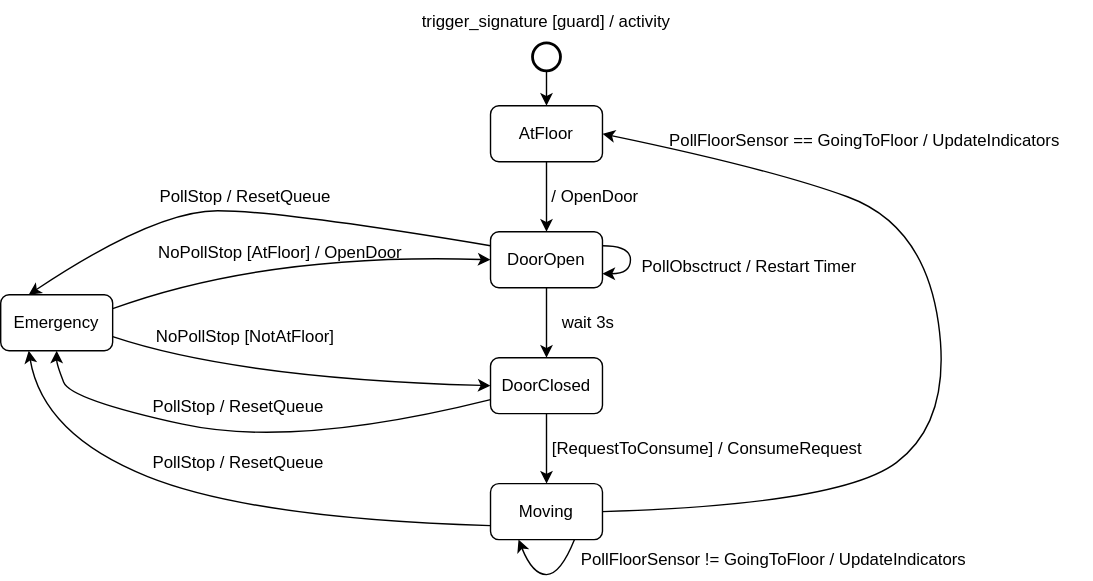
The draw.io diagram state-diagram.drawio.svg in EdvardSire/TTK4235-elevator, before a commit. Source tidied: cells renumbered, new cells last; positions are measured from the earlier drawing's top-left corner, leaving out a move shared by most shapes. Its diagram source:
```xml
<mxGraphModel>
  <root>
    <mxCell id="0" />
    <mxCell id="1" parent="0" />
    <mxCell id="2" value="AtFloor" style="rounded=1;whiteSpace=wrap;html=1;" parent="1" vertex="1">
      <mxGeometry x="350" y="75" width="80" height="40" as="geometry" />
    </mxCell>
    <mxCell id="3" value="&lt;div&gt;DoorOpen&lt;/div&gt;" style="rounded=1;whiteSpace=wrap;html=1;" parent="1" vertex="1">
      <mxGeometry x="350" y="165" width="80" height="40" as="geometry" />
    </mxCell>
    <mxCell id="4" value="&lt;div&gt;DoorClosed&lt;/div&gt;" style="rounded=1;whiteSpace=wrap;html=1;" parent="1" vertex="1">
      <mxGeometry x="350" y="255" width="80" height="40" as="geometry" />
    </mxCell>
    <mxCell id="5" value="&lt;div&gt;Moving&lt;/div&gt;" style="rounded=1;whiteSpace=wrap;html=1;" parent="1" vertex="1">
      <mxGeometry x="350" y="345" width="80" height="40" as="geometry" />
    </mxCell>
    <mxCell id="6" value="&lt;div&gt;Emergency&lt;/div&gt;" style="rounded=1;whiteSpace=wrap;html=1;" parent="1" vertex="1">
      <mxGeometry y="210" width="80" height="40" as="geometry" />
    </mxCell>
    <mxCell id="7" style="endArrow=classic;html=1;rounded=0;exitX=0.5;exitY=1;exitDx=0;exitDy=0;entryX=0.5;entryY=0;entryDx=0;entryDy=0;" parent="1" edge="1" source="2" target="3">
      <mxGeometry relative="1" as="geometry" />
    </mxCell>
    <mxCell id="8" value="/ OpenDoor" style="text;html=1;align=center;verticalAlign=middle;whiteSpace=wrap;rounded=0;" parent="1" vertex="1">
      <mxGeometry x="320" y="125" width="210" height="30" as="geometry" />
    </mxCell>
    <mxCell id="9" value="trigger_signature [guard] / activity" style="text;html=1;align=center;verticalAlign=middle;whiteSpace=wrap;rounded=0;" parent="1" vertex="1">
      <mxGeometry x="285" width="210" height="30" as="geometry" />
    </mxCell>
    <mxCell id="10" style="curved=1;endArrow=classic;html=1;rounded=0;exitX=1;exitY=0.25;exitDx=0;exitDy=0;entryX=1;entryY=0.75;entryDx=0;entryDy=0;" parent="1" edge="1" source="3" target="3">
      <mxGeometry relative="1" as="geometry">
        <Array as="points">
          <mxPoint x="450" y="175" />
          <mxPoint x="450" y="195" />
        </Array>
      </mxGeometry>
    </mxCell>
    <mxCell id="11" value="PollObsctruct / Restart Timer" style="text;html=1;align=center;verticalAlign=middle;whiteSpace=wrap;rounded=0;" parent="1" vertex="1">
      <mxGeometry x="455" y="175" width="160" height="30" as="geometry" />
    </mxCell>
    <mxCell id="12" style="endArrow=classic;html=1;rounded=0;exitX=0.5;exitY=1;exitDx=0;exitDy=0;" parent="1" edge="1" source="3" target="4">
      <mxGeometry relative="1" as="geometry" />
    </mxCell>
    <mxCell id="13" value="&lt;div&gt;wait 3s&lt;/div&gt;" style="text;html=1;align=center;verticalAlign=middle;whiteSpace=wrap;rounded=0;" parent="1" vertex="1">
      <mxGeometry x="400" y="215" width="40" height="30" as="geometry" />
    </mxCell>
    <mxCell id="14" style="endArrow=classic;html=1;rounded=0;exitX=0.5;exitY=1;exitDx=0;exitDy=0;entryX=0.5;entryY=0;entryDx=0;entryDy=0;" parent="1" edge="1" source="4" target="5">
      <mxGeometry relative="1" as="geometry" />
    </mxCell>
    <mxCell id="15" value="[RequestToConsume] / ConsumeRequest" style="text;html=1;align=center;verticalAlign=middle;whiteSpace=wrap;rounded=0;" parent="1" vertex="1">
      <mxGeometry x="350" y="305" width="310" height="30" as="geometry" />
    </mxCell>
    <mxCell id="16" style="curved=1;endArrow=classic;html=1;rounded=0;exitX=0;exitY=0.75;exitDx=0;exitDy=0;entryX=0.25;entryY=1;entryDx=0;entryDy=0;" parent="1" edge="1" source="5" target="6">
      <mxGeometry relative="1" as="geometry">
        <Array as="points">
          <mxPoint x="180" y="370" />
          <mxPoint x="30" y="310" />
        </Array>
      </mxGeometry>
    </mxCell>
    <mxCell id="17" style="curved=1;endArrow=classic;html=1;rounded=0;exitX=0;exitY=0.25;exitDx=0;exitDy=0;entryX=0.25;entryY=0;entryDx=0;entryDy=0;" parent="1" edge="1" source="3" target="6">
      <mxGeometry relative="1" as="geometry">
        <Array as="points">
          <mxPoint x="200" y="150" />
          <mxPoint x="110" y="150" />
        </Array>
      </mxGeometry>
    </mxCell>
    <mxCell id="18" style="curved=1;endArrow=classic;html=1;rounded=0;entryX=0.5;entryY=1;entryDx=0;entryDy=0;exitX=0;exitY=0.75;exitDx=0;exitDy=0;" parent="1" edge="1" source="4" target="6">
      <mxGeometry relative="1" as="geometry">
        <Array as="points">
          <mxPoint x="210" y="320" />
          <mxPoint x="50" y="285" />
          <mxPoint x="40" y="260" />
        </Array>
      </mxGeometry>
    </mxCell>
    <mxCell id="19" style="curved=1;endArrow=classic;html=1;rounded=0;exitX=0.75;exitY=1;exitDx=0;exitDy=0;entryX=0.25;entryY=1;entryDx=0;entryDy=0;" parent="1" edge="1" source="5" target="5">
      <mxGeometry relative="1" as="geometry">
        <Array as="points">
          <mxPoint x="400" y="410" />
          <mxPoint x="380" y="410" />
        </Array>
      </mxGeometry>
    </mxCell>
    <mxCell id="20" value="PollFloorSensor != GoingToFloor / UpdateIndicators" style="text;html=1;align=center;verticalAlign=middle;whiteSpace=wrap;rounded=0;" parent="1" vertex="1">
      <mxGeometry x="410" y="385" width="285" height="30" as="geometry" />
    </mxCell>
    <mxCell id="21" style="curved=1;endArrow=classic;html=1;rounded=0;exitX=1;exitY=0.5;exitDx=0;exitDy=0;entryX=1;entryY=0.5;entryDx=0;entryDy=0;" parent="1" edge="1" source="5" target="2">
      <mxGeometry relative="1" as="geometry">
        <Array as="points">
          <mxPoint x="600" y="360" />
          <mxPoint x="680" y="300" />
          <mxPoint x="660" y="160" />
          <mxPoint x="550" y="120" />
        </Array>
      </mxGeometry>
    </mxCell>
    <mxCell id="22" value="&lt;div&gt;PollFloorSensor == GoingToFloor / UpdateIndicators&lt;/div&gt;" style="text;html=1;align=center;verticalAlign=middle;whiteSpace=wrap;rounded=0;" parent="1" vertex="1">
      <mxGeometry x="455" y="85" width="325" height="30" as="geometry" />
    </mxCell>
    <mxCell id="23" value="NoPollStop [AtFloor] / OpenDoor" style="text;html=1;align=center;verticalAlign=middle;whiteSpace=wrap;rounded=0;" parent="1" vertex="1">
      <mxGeometry x="110" y="165" width="180" height="30" as="geometry" />
    </mxCell>
    <mxCell id="24" style="strokeWidth=2;html=1;shape=mxgraph.flowchart.start_2;whiteSpace=wrap;" parent="1" vertex="1">
      <mxGeometry x="380" y="30" width="20" height="20" as="geometry" />
    </mxCell>
    <mxCell id="25" style="endArrow=classic;html=1;rounded=0;exitX=0.5;exitY=1;exitDx=0;exitDy=0;exitPerimeter=0;entryX=0.5;entryY=0;entryDx=0;entryDy=0;" parent="1" edge="1" source="24" target="2">
      <mxGeometry relative="1" as="geometry" />
    </mxCell>
    <mxCell id="26" style="curved=1;endArrow=classic;html=1;rounded=0;entryX=0;entryY=0.5;entryDx=0;entryDy=0;exitX=1;exitY=0.25;exitDx=0;exitDy=0;" parent="1" edge="1" source="6" target="3">
      <mxGeometry relative="1" as="geometry">
        <Array as="points">
          <mxPoint x="190" y="180" />
        </Array>
      </mxGeometry>
    </mxCell>
    <mxCell id="27" style="curved=1;endArrow=classic;html=1;rounded=0;entryX=0;entryY=0.5;entryDx=0;entryDy=0;exitX=1;exitY=0.75;exitDx=0;exitDy=0;" parent="1" edge="1" source="6" target="4">
      <mxGeometry relative="1" as="geometry">
        <Array as="points">
          <mxPoint x="170" y="270" />
        </Array>
      </mxGeometry>
    </mxCell>
    <mxCell id="28" value="NoPollStop [NotAtFloor]" style="text;html=1;align=center;verticalAlign=middle;whiteSpace=wrap;rounded=0;" parent="1" vertex="1">
      <mxGeometry x="110" y="225" width="130" height="30" as="geometry" />
    </mxCell>
    <mxCell id="29" value="PollStop / ResetQueue" style="text;html=1;align=center;verticalAlign=middle;whiteSpace=wrap;rounded=0;" parent="1" vertex="1">
      <mxGeometry x="80" y="275" width="180" height="30" as="geometry" />
    </mxCell>
    <mxCell id="30" value="PollStop / ResetQueue" style="text;html=1;align=center;verticalAlign=middle;whiteSpace=wrap;rounded=0;" parent="1" vertex="1">
      <mxGeometry x="80" y="315" width="180" height="30" as="geometry" />
    </mxCell>
    <mxCell id="31" value="PollStop / ResetQueue" style="text;html=1;align=center;verticalAlign=middle;whiteSpace=wrap;rounded=0;" parent="1" vertex="1">
      <mxGeometry x="85" y="125" width="180" height="30" as="geometry" />
    </mxCell>
  </root>
</mxGraphModel>
```
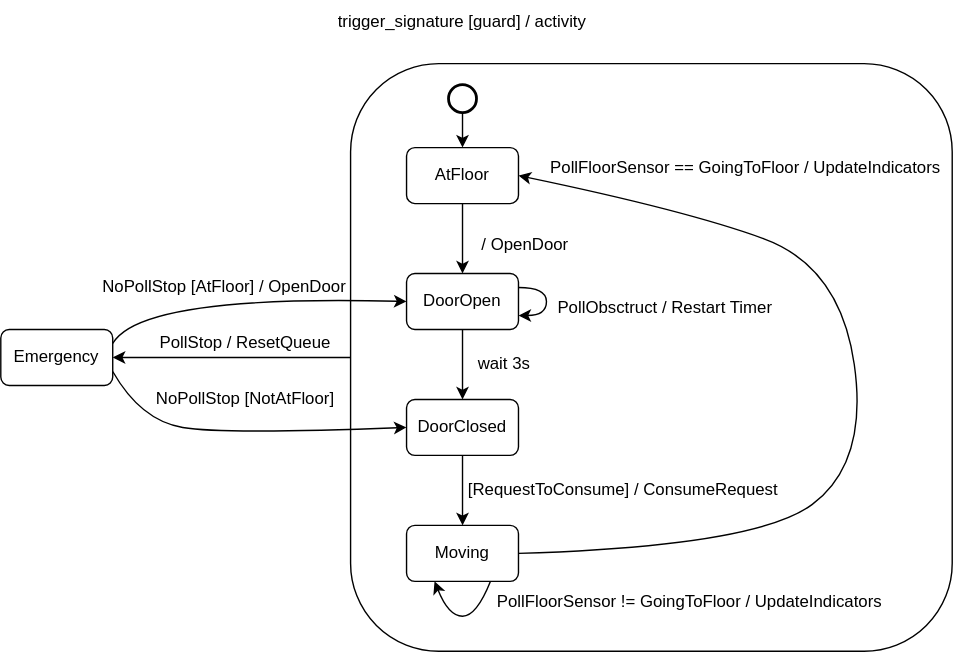
The same diagram one commit later.

Change to the diagram source:
```diff
@@ -2,7 +2,10 @@
   <root>
     <mxCell id="0" />
     <mxCell id="1" parent="0" />
+    <mxCell id="32" style="rounded=1;whiteSpace=wrap;html=1;fillColor=none;" parent="1" vertex="1">
+      <mxGeometry x="310" y="15" width="430" height="420" as="geometry" />
+    </mxCell>
-    <mxCell id="2" value="AtFloor" style="rounded=1;whiteSpace=wrap;html=1;" parent="1" vertex="1">
+    <mxCell id="2" value="AtFloor" style="rounded=1;whiteSpace=wrap;html=1;glass=0;comic=0;" parent="1" vertex="1">
       <mxGeometry x="350" y="75" width="80" height="40" as="geometry" />
     </mxCell>
     <mxCell id="3" value="&lt;div&gt;DoorOpen&lt;/div&gt;" style="rounded=1;whiteSpace=wrap;html=1;" parent="1" vertex="1">
@@ -15,16 +18,16 @@
       <mxGeometry x="350" y="345" width="80" height="40" as="geometry" />
     </mxCell>
     <mxCell id="6" value="&lt;div&gt;Emergency&lt;/div&gt;" style="rounded=1;whiteSpace=wrap;html=1;" parent="1" vertex="1">
-      <mxGeometry y="210" width="80" height="40" as="geometry" />
+      <mxGeometry x="60" y="205" width="80" height="40" as="geometry" />
     </mxCell>
     <mxCell id="7" style="endArrow=classic;html=1;rounded=0;exitX=0.5;exitY=1;exitDx=0;exitDy=0;entryX=0.5;entryY=0;entryDx=0;entryDy=0;" parent="1" edge="1" source="2" target="3">
       <mxGeometry relative="1" as="geometry" />
     </mxCell>
     <mxCell id="8" value="/ OpenDoor" style="text;html=1;align=center;verticalAlign=middle;whiteSpace=wrap;rounded=0;" parent="1" vertex="1">
-      <mxGeometry x="320" y="125" width="210" height="30" as="geometry" />
+      <mxGeometry x="330" y="130" width="210" height="30" as="geometry" />
     </mxCell>
     <mxCell id="9" value="trigger_signature [guard] / activity" style="text;html=1;align=center;verticalAlign=middle;whiteSpace=wrap;rounded=0;" parent="1" vertex="1">
-      <mxGeometry x="285" width="210" height="30" as="geometry" />
+      <mxGeometry x="285" y="-30" width="210" height="30" as="geometry" />
     </mxCell>
     <mxCell id="10" style="curved=1;endArrow=classic;html=1;rounded=0;exitX=1;exitY=0.25;exitDx=0;exitDy=0;entryX=1;entryY=0.75;entryDx=0;entryDy=0;" parent="1" edge="1" source="3" target="3">
       <mxGeometry relative="1" as="geometry">
@@ -49,31 +52,6 @@
     <mxCell id="15" value="[RequestToConsume] / ConsumeRequest" style="text;html=1;align=center;verticalAlign=middle;whiteSpace=wrap;rounded=0;" parent="1" vertex="1">
       <mxGeometry x="350" y="305" width="310" height="30" as="geometry" />
     </mxCell>
-    <mxCell id="16" style="curved=1;endArrow=classic;html=1;rounded=0;exitX=0;exitY=0.75;exitDx=0;exitDy=0;entryX=0.25;entryY=1;entryDx=0;entryDy=0;" parent="1" edge="1" source="5" target="6">
-      <mxGeometry relative="1" as="geometry">
-        <Array as="points">
-          <mxPoint x="180" y="370" />
-          <mxPoint x="30" y="310" />
-        </Array>
-      </mxGeometry>
-    </mxCell>
-    <mxCell id="17" style="curved=1;endArrow=classic;html=1;rounded=0;exitX=0;exitY=0.25;exitDx=0;exitDy=0;entryX=0.25;entryY=0;entryDx=0;entryDy=0;" parent="1" edge="1" source="3" target="6">
-      <mxGeometry relative="1" as="geometry">
-        <Array as="points">
-          <mxPoint x="200" y="150" />
-          <mxPoint x="110" y="150" />
-        </Array>
-      </mxGeometry>
-    </mxCell>
-    <mxCell id="18" style="curved=1;endArrow=classic;html=1;rounded=0;entryX=0.5;entryY=1;entryDx=0;entryDy=0;exitX=0;exitY=0.75;exitDx=0;exitDy=0;" parent="1" edge="1" source="4" target="6">
-      <mxGeometry relative="1" as="geometry">
-        <Array as="points">
-          <mxPoint x="210" y="320" />
-          <mxPoint x="50" y="285" />
-          <mxPoint x="40" y="260" />
-        </Array>
-      </mxGeometry>
-    </mxCell>
     <mxCell id="19" style="curved=1;endArrow=classic;html=1;rounded=0;exitX=0.75;exitY=1;exitDx=0;exitDy=0;entryX=0.25;entryY=1;entryDx=0;entryDy=0;" parent="1" edge="1" source="5" target="5">
       <mxGeometry relative="1" as="geometry">
         <Array as="points">
@@ -96,10 +74,10 @@
       </mxGeometry>
     </mxCell>
     <mxCell id="22" value="&lt;div&gt;PollFloorSensor == GoingToFloor / UpdateIndicators&lt;/div&gt;" style="text;html=1;align=center;verticalAlign=middle;whiteSpace=wrap;rounded=0;" parent="1" vertex="1">
-      <mxGeometry x="455" y="85" width="325" height="30" as="geometry" />
+      <mxGeometry x="430" y="75" width="325" height="30" as="geometry" />
     </mxCell>
     <mxCell id="23" value="NoPollStop [AtFloor] / OpenDoor" style="text;html=1;align=center;verticalAlign=middle;whiteSpace=wrap;rounded=0;" parent="1" vertex="1">
-      <mxGeometry x="110" y="165" width="180" height="30" as="geometry" />
+      <mxGeometry x="130" y="160" width="180" height="30" as="geometry" />
     </mxCell>
     <mxCell id="24" style="strokeWidth=2;html=1;shape=mxgraph.flowchart.start_2;whiteSpace=wrap;" parent="1" vertex="1">
       <mxGeometry x="380" y="30" width="20" height="20" as="geometry" />
@@ -107,31 +85,29 @@
     <mxCell id="25" style="endArrow=classic;html=1;rounded=0;exitX=0.5;exitY=1;exitDx=0;exitDy=0;exitPerimeter=0;entryX=0.5;entryY=0;entryDx=0;entryDy=0;" parent="1" edge="1" source="24" target="2">
       <mxGeometry relative="1" as="geometry" />
     </mxCell>
+    <mxCell id="28" value="NoPollStop [NotAtFloor]" style="text;html=1;align=center;verticalAlign=middle;whiteSpace=wrap;rounded=0;" parent="1" vertex="1">
+      <mxGeometry x="170" y="240" width="130" height="30" as="geometry" />
+    </mxCell>
+    <mxCell id="31" value="PollStop / ResetQueue" style="text;html=1;align=center;verticalAlign=middle;whiteSpace=wrap;rounded=0;" parent="1" vertex="1">
+      <mxGeometry x="145" y="200" width="180" height="30" as="geometry" />
+    </mxCell>
+    <mxCell id="33" style="curved=1;endArrow=classic;html=1;rounded=0;exitX=0;exitY=0.5;exitDx=0;exitDy=0;entryX=1;entryY=0.5;entryDx=0;entryDy=0;" parent="1" edge="1" source="32" target="6">
+      <mxGeometry relative="1" as="geometry" />
+    </mxCell>
-    <mxCell id="26" style="curved=1;endArrow=classic;html=1;rounded=0;entryX=0;entryY=0.5;entryDx=0;entryDy=0;exitX=1;exitY=0.25;exitDx=0;exitDy=0;" parent="1" edge="1" source="6" target="3">
+    <mxCell id="26" style="curved=1;endArrow=classic;html=1;rounded=0;exitX=1;exitY=0.25;exitDx=0;exitDy=0;entryX=0;entryY=0.5;entryDx=0;entryDy=0;" parent="1" edge="1" source="6" target="3">
       <mxGeometry relative="1" as="geometry">
         <Array as="points">
-          <mxPoint x="190" y="180" />
+          <mxPoint x="160" y="180" />
         </Array>
       </mxGeometry>
     </mxCell>
-    <mxCell id="27" style="curved=1;endArrow=classic;html=1;rounded=0;entryX=0;entryY=0.5;entryDx=0;entryDy=0;exitX=1;exitY=0.75;exitDx=0;exitDy=0;" parent="1" edge="1" source="6" target="4">
+    <mxCell id="27" style="curved=1;endArrow=classic;html=1;rounded=0;exitX=1;exitY=0.75;exitDx=0;exitDy=0;entryX=0;entryY=0.5;entryDx=0;entryDy=0;" parent="1" edge="1" source="6" target="4">
       <mxGeometry relative="1" as="geometry">
         <Array as="points">
-          <mxPoint x="170" y="270" />
+          <mxPoint x="160" y="270" />
+          <mxPoint x="220" y="280" />
         </Array>
       </mxGeometry>
     </mxCell>
-    <mxCell id="28" value="NoPollStop [NotAtFloor]" style="text;html=1;align=center;verticalAlign=middle;whiteSpace=wrap;rounded=0;" parent="1" vertex="1">
-      <mxGeometry x="110" y="225" width="130" height="30" as="geometry" />
-    </mxCell>
-    <mxCell id="29" value="PollStop / ResetQueue" style="text;html=1;align=center;verticalAlign=middle;whiteSpace=wrap;rounded=0;" parent="1" vertex="1">
-      <mxGeometry x="80" y="275" width="180" height="30" as="geometry" />
-    </mxCell>
-    <mxCell id="30" value="PollStop / ResetQueue" style="text;html=1;align=center;verticalAlign=middle;whiteSpace=wrap;rounded=0;" parent="1" vertex="1">
-      <mxGeometry x="80" y="315" width="180" height="30" as="geometry" />
-    </mxCell>
-    <mxCell id="31" value="PollStop / ResetQueue" style="text;html=1;align=center;verticalAlign=middle;whiteSpace=wrap;rounded=0;" parent="1" vertex="1">
-      <mxGeometry x="85" y="125" width="180" height="30" as="geometry" />
-    </mxCell>
   </root>
 </mxGraphModel>
```
